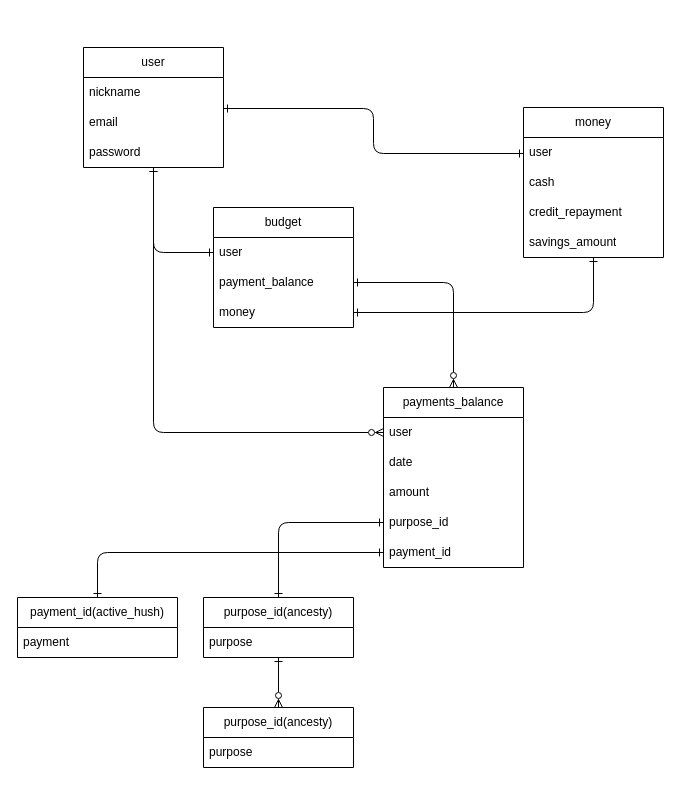
The draw.io diagram my_ecopla_ER.dio in Yuya7124/my_ecopla, before the edit. Source tidied: cells renumbered, new cells numbered last; positions are measured from the earlier drawing's top-left corner, leaving out a move shared by most shapes. Both pictures are drawn from the tidied source at 100%, with x=0, y=0 at pixel (17, 47).
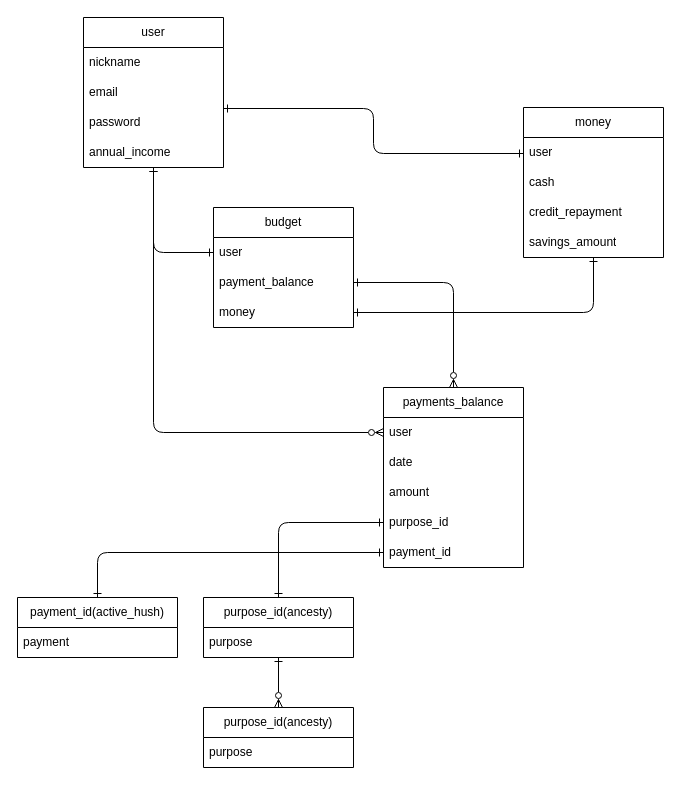
The same page after the edit.

What changed in the source:
```diff
@@
     <mxCell id="3" value="user" style="swimlane;fontStyle=0;horizontal=1;startSize=30;whiteSpace=wrap;html=1;" parent="1" vertex="1">
-      <mxGeometry x="66" width="140" height="120" as="geometry" />
+      <mxGeometry x="66" y="-30" width="140" height="150" as="geometry" />
     </mxCell>
@@
+    <mxCell id="35" value="annual_income" style="text;strokeColor=none;fillColor=none;align=left;verticalAlign=middle;spacingLeft=4;spacingRight=4;overflow=hidden;whiteSpace=wrap;html=1;" parent="3" vertex="1">
+      <mxGeometry y="120" width="140" height="30" as="geometry" />
+    </mxCell>
```
